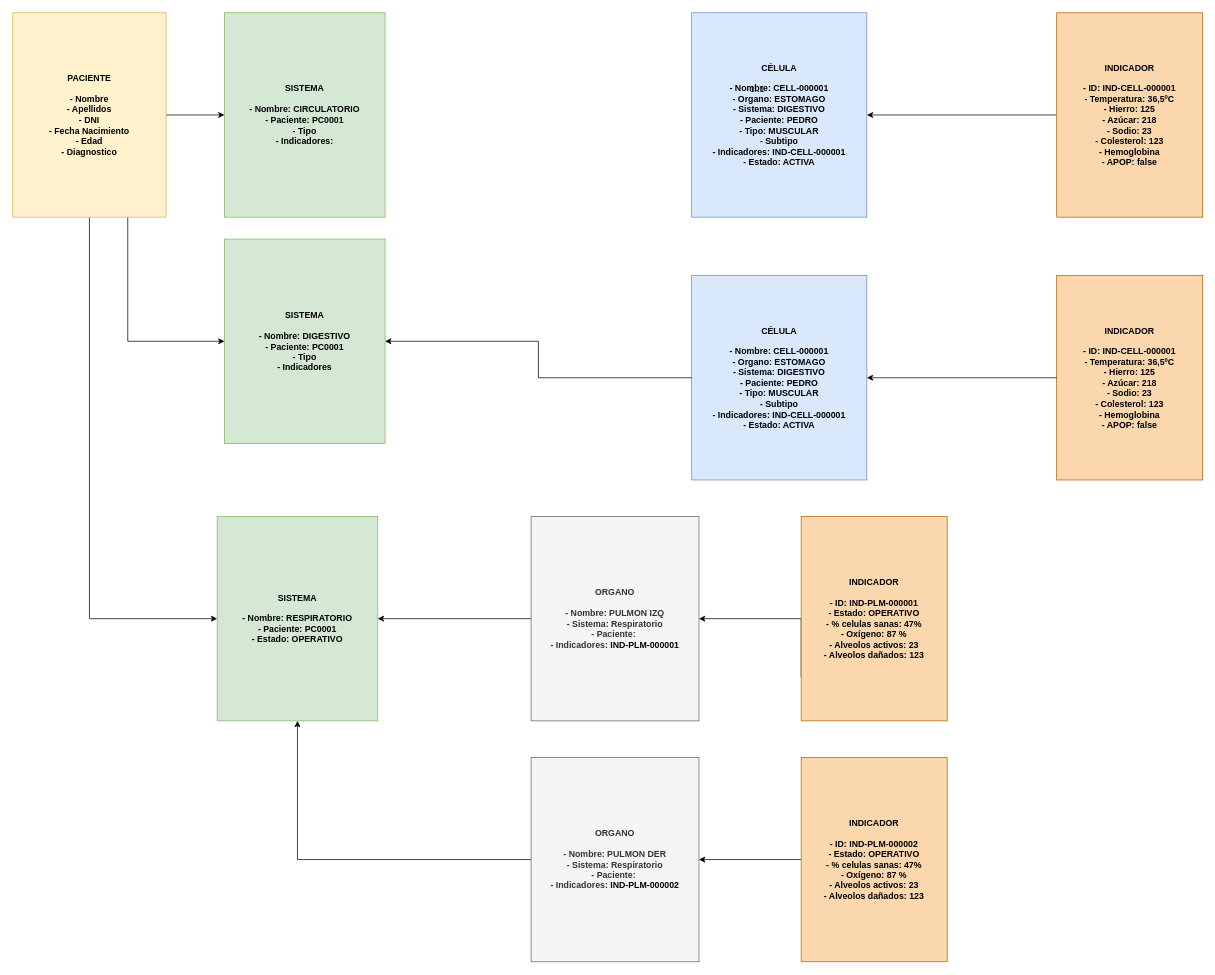
This is page "EJEMPLOS DFD" (2 of 6) of arch-design/cellprom-arch-functionality.drawio from cellprom/cellprom-arq-doc, a draw.io file, before an edit. Source tidied: cells renumbered, new cells numbered last; positions are measured from the earlier drawing's top-left corner, leaving out a move shared by most shapes. Both pictures are drawn from the tidied source at 73%, with x=0, y=0 at pixel (12, 12).
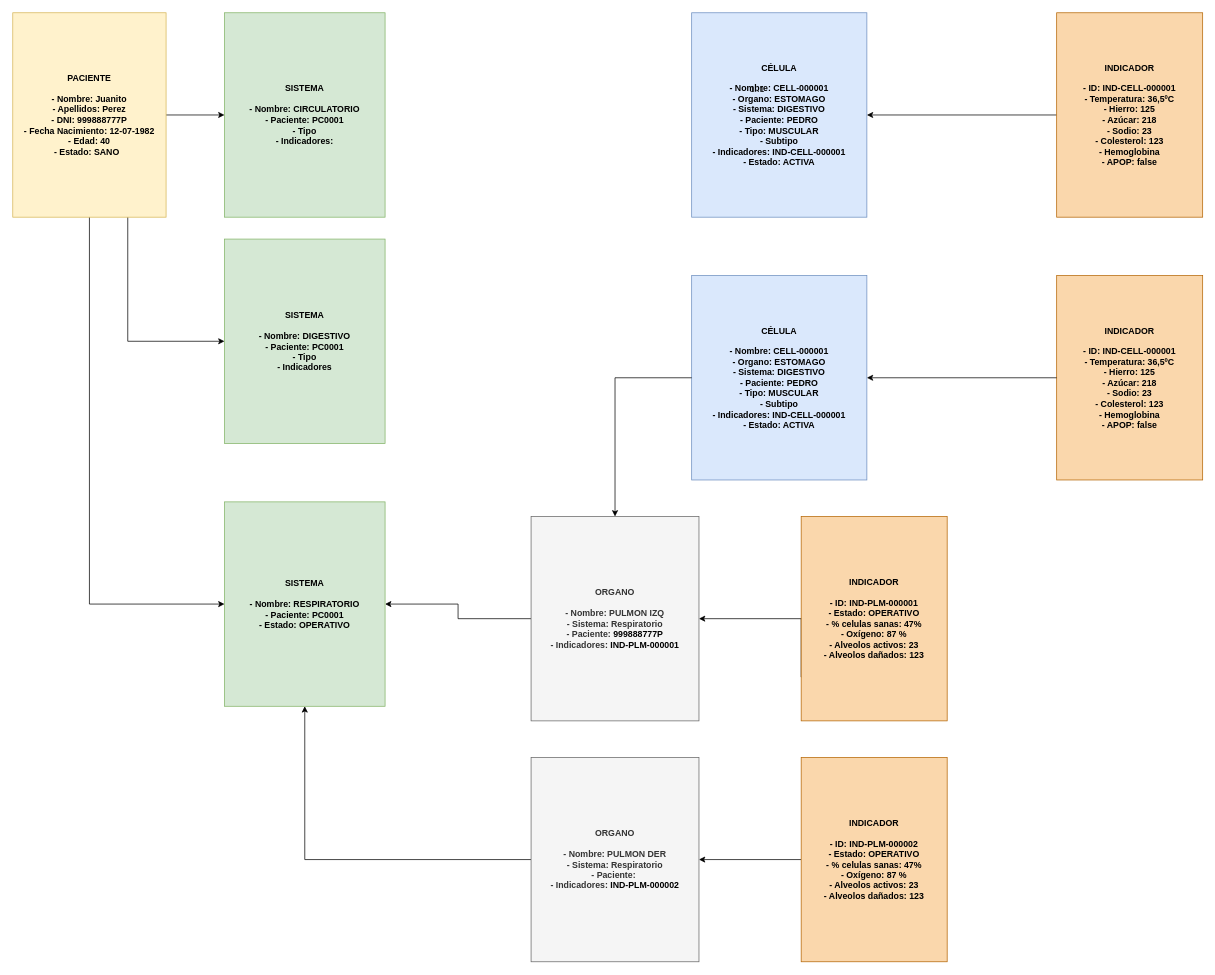
Above is the later version.

Unchanged cells that the change refers to:
```xml
<mxCell id="6" value="CÉLULA&lt;br&gt;&lt;br&gt;- Nombre: CELL-000001&lt;br&gt;- Organo: ESTOMAGO&lt;br&gt;- Sistema: DIGESTIVO&lt;br&gt;- Paciente: PEDRO&lt;br&gt;- Tipo: MUSCULAR&lt;br&gt;- Subtipo&lt;br&gt;- Indicadores: IND-CELL-000001&lt;br&gt;- Estado: ACTIVA" style="whiteSpace=wrap;html=1;fillColor=#dae8fc;strokeColor=#6c8ebf;fontStyle=1;" parent="1" vertex="1">
  <mxGeometry x="930" y="360" width="240" height="280" as="geometry" />
</mxCell>
<mxCell id="15" value="SISTEMA&lt;br&gt;&lt;br&gt;- Nombre: DIGESTIVO&lt;br&gt;- Paciente: PC0001&lt;br&gt;- Tipo&lt;br&gt;- Indicadores" style="whiteSpace=wrap;html=1;fillColor=#d5e8d4;strokeColor=#82b366;fontStyle=1;" parent="1" vertex="1">
  <mxGeometry x="290" y="310" width="220" height="280" as="geometry" />
</mxCell>
```

What changed in the source:
```diff
@@
-    <mxCell id="9" value="ORGANO&lt;br&gt;&lt;br&gt;- Nombre: PULMON IZQ&lt;br&gt;- Sistema: Respiratorio&lt;br&gt;- Paciente:&amp;nbsp;&lt;br&gt;- Indicadores:&amp;nbsp;&lt;span style=&quot;color: rgb(0, 0, 0);&quot;&gt;IND-PLM-000001&lt;/span&gt;" style="whiteSpace=wrap;html=1;fillColor=#f5f5f5;strokeColor=#666666;fontStyle=1;fontColor=#333333;" parent="1" vertex="1">
+    <mxCell id="9" value="ORGANO&lt;br&gt;&lt;br&gt;- Nombre: PULMON IZQ&lt;br&gt;- Sistema: Respiratorio&lt;br&gt;- Paciente:&amp;nbsp;&lt;span style=&quot;color: rgb(0, 0, 0);&quot;&gt;999888777P&lt;/span&gt;&lt;br&gt;- Indicadores:&amp;nbsp;&lt;span style=&quot;color: rgb(0, 0, 0);&quot;&gt;IND-PLM-000001&lt;/span&gt;" style="whiteSpace=wrap;html=1;fillColor=#f5f5f5;strokeColor=#666666;fontStyle=1;fontColor=#333333;" parent="1" vertex="1">
       <mxGeometry x="710" y="690" width="230" height="280" as="geometry" />
     </mxCell>
@@
-    <mxCell id="14" value="PACIENTE&lt;br&gt;&lt;br&gt;- Nombre&lt;br&gt;- Apellidos&lt;br&gt;- DNI&lt;br&gt;- Fecha Nacimiento&lt;br&gt;- Edad&lt;br&gt;- Diagnostico" style="whiteSpace=wrap;html=1;fillColor=#fff2cc;strokeColor=#d6b656;fontStyle=1;" parent="1" vertex="1">
+    <mxCell id="14" value="PACIENTE&lt;br&gt;&lt;br&gt;- Nombre: Juanito&lt;br&gt;- Apellidos: Perez&lt;br&gt;- DNI: 999888777P&lt;br&gt;- Fecha Nacimiento: 12-07-1982&lt;br&gt;- Edad: 40&lt;br&gt;- Estado: SANO&amp;nbsp;&amp;nbsp;" style="whiteSpace=wrap;html=1;fillColor=#fff2cc;strokeColor=#d6b656;fontStyle=1;" parent="1" vertex="1">
       <mxGeometry width="210" height="280" as="geometry" />
     </mxCell>
@@
     <mxCell id="16" value="SISTEMA&lt;br&gt;&lt;br&gt;- Nombre: RESPIRATORIO&lt;br&gt;- Paciente: PC0001&lt;br&gt;- Estado: OPERATIVO" style="whiteSpace=wrap;html=1;fillColor=#d5e8d4;strokeColor=#82b366;fontStyle=1;" parent="1" vertex="1">
-      <mxGeometry x="280" y="690" width="220" height="280" as="geometry" />
+      <mxGeometry x="290" y="670" width="220" height="280" as="geometry" />
     </mxCell>
@@
-    <mxCell id="20" style="edgeStyle=orthogonalEdgeStyle;rounded=0;jettySize=auto;html=1;entryX=1;entryY=0.5;entryDx=0;entryDy=0;exitX=0;exitY=0.5;exitDx=0;exitDy=0;" parent="1" edge="1" source="6" target="15">
+    <mxCell id="20" style="edgeStyle=orthogonalEdgeStyle;rounded=0;jettySize=auto;html=1;entryX=0.5;entryY=0;entryDx=0;entryDy=0;exitX=0;exitY=0.5;exitDx=0;exitDy=0;" parent="1" edge="1" source="6" target="9">
       <mxGeometry relative="1" as="geometry" />
     </mxCell>
```
